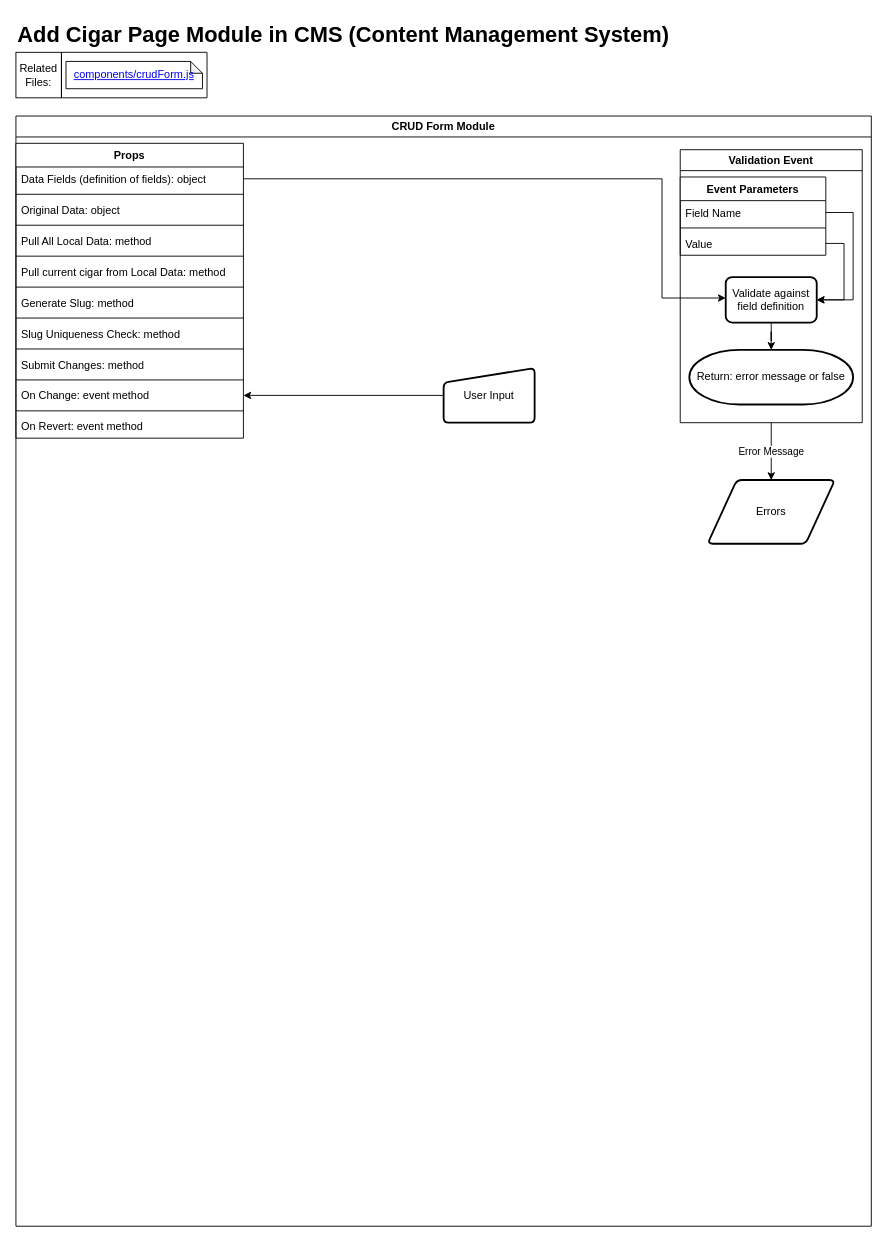
Earlier version of the draw.io diagram CRUD_Form.drawio (macglencoe/diagrams). Source tidied: cells renumbered, new cells numbered last; positions are measured from the earlier drawing's top-left corner, leaving out a move shared by most shapes. Both pictures are drawn from the tidied source at 91%, with x=0, y=0 at pixel (15, 15).
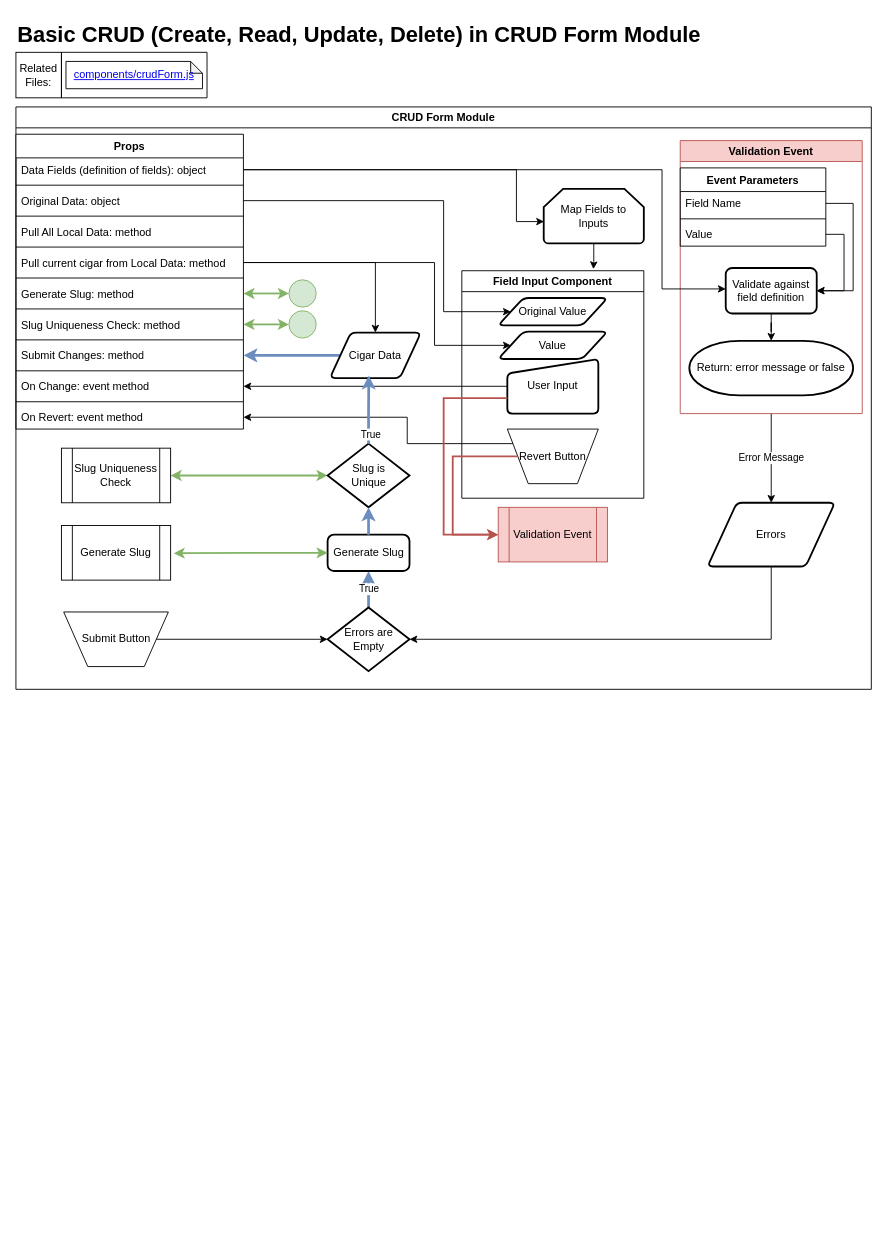
The same page after the edit.

The change refers to these unchanged cells:
```xml
<mxCell id="8" value="Data Fields (definition of fields): object" style="text;strokeColor=none;fillColor=none;align=left;verticalAlign=top;spacingLeft=4;spacingRight=4;overflow=hidden;points=[[0,0.5],[1,0.5]];portConstraint=eastwest;whiteSpace=wrap;html=1;" parent="7" vertex="1">
  <mxGeometry y="26" width="250" height="26" as="geometry" />
</mxCell>
<mxCell id="10" value="Original Data: object" style="text;strokeColor=none;fillColor=none;align=left;verticalAlign=top;spacingLeft=4;spacingRight=4;overflow=hidden;points=[[0,0.5],[1,0.5]];portConstraint=eastwest;whiteSpace=wrap;html=1;" parent="7" vertex="1">
  <mxGeometry y="60" width="250" height="26" as="geometry" />
</mxCell>
<mxCell id="14" value="Pull current cigar from Local Data: method" style="text;strokeColor=none;fillColor=none;align=left;verticalAlign=top;spacingLeft=4;spacingRight=4;overflow=hidden;points=[[0,0.5],[1,0.5]];portConstraint=eastwest;whiteSpace=wrap;html=1;" parent="7" vertex="1">
  <mxGeometry y="128" width="250" height="26" as="geometry" />
</mxCell>
<mxCell id="16" value="Generate Slug: method" style="text;strokeColor=none;fillColor=none;align=left;verticalAlign=top;spacingLeft=4;spacingRight=4;overflow=hidden;points=[[0,0.5],[1,0.5]];portConstraint=eastwest;whiteSpace=wrap;html=1;" parent="7" vertex="1">
  <mxGeometry y="162" width="250" height="26" as="geometry" />
</mxCell>
<mxCell id="18" value="Slug Uniqueness Check: method" style="text;strokeColor=none;fillColor=none;align=left;verticalAlign=top;spacingLeft=4;spacingRight=4;overflow=hidden;points=[[0,0.5],[1,0.5]];portConstraint=eastwest;whiteSpace=wrap;html=1;" parent="7" vertex="1">
  <mxGeometry y="196" width="250" height="26" as="geometry" />
</mxCell>
<mxCell id="20" value="Submit Changes: method" style="text;strokeColor=none;fillColor=none;align=left;verticalAlign=top;spacingLeft=4;spacingRight=4;overflow=hidden;points=[[0,0.5],[1,0.5]];portConstraint=eastwest;whiteSpace=wrap;html=1;" parent="7" vertex="1">
  <mxGeometry y="230" width="250" height="26" as="geometry" />
</mxCell>
<mxCell id="22" value="On Change: event method" style="text;strokeColor=none;fillColor=none;align=left;verticalAlign=top;spacingLeft=4;spacingRight=4;overflow=hidden;points=[[0,0.5],[1,0.5]];portConstraint=eastwest;whiteSpace=wrap;html=1;" parent="7" vertex="1">
  <mxGeometry y="264" width="250" height="26" as="geometry" />
</mxCell>
<mxCell id="24" value="On Revert: event method" style="text;strokeColor=none;fillColor=none;align=left;verticalAlign=top;spacingLeft=4;spacingRight=4;overflow=hidden;points=[[0,0.5],[1,0.5]];portConstraint=eastwest;whiteSpace=wrap;html=1;" parent="7" vertex="1">
  <mxGeometry y="298" width="250" height="26" as="geometry" />
</mxCell>
```

What changed in the source:
```diff
@@
-    <mxCell id="2" value="&lt;h1 style=&quot;margin-top: 0px;&quot;&gt;Add Cigar Page Module in CMS (Content Management System)&lt;/h1&gt;" style="text;html=1;whiteSpace=wrap;overflow=hidden;rounded=0;" parent="1" vertex="1">
+    <mxCell id="2" value="&lt;h1 style=&quot;margin-top: 0px;&quot;&gt;Basic CRUD (Create, Read, Update, Delete) in CRUD Form Module&lt;/h1&gt;" style="text;html=1;whiteSpace=wrap;overflow=hidden;rounded=0;" parent="1" vertex="1">
       <mxGeometry width="950" height="40" as="geometry" />
     </mxCell>
@@
     <mxCell id="6" value="CRUD Form Module" style="swimlane;whiteSpace=wrap;html=1;" parent="1" vertex="1">
-      <mxGeometry y="110" width="940" height="1220" as="geometry" />
+      <mxGeometry y="100" width="940" height="640" as="geometry" />
     </mxCell>
@@
-    <mxCell id="25" style="edgeStyle=orthogonalEdgeStyle;rounded=0;jettySize=auto;html=1;entryX=1;entryY=0.5;entryDx=0;entryDy=0;" parent="6" edge="1" source="26" target="22">
-      <mxGeometry relative="1" as="geometry" />
-    </mxCell>
-    <mxCell id="26" value="User Input" style="html=1;strokeWidth=2;shape=manualInput;whiteSpace=wrap;rounded=1;size=16;arcSize=11;" parent="6" vertex="1">
-      <mxGeometry x="470" y="277" width="100" height="60" as="geometry" />
-    </mxCell>
@@
-    <mxCell id="28" value="Validation Event" style="swimlane;whiteSpace=wrap;html=1;" parent="6" vertex="1">
+    <mxCell id="28" value="Validation Event" style="swimlane;whiteSpace=wrap;html=1;fillColor=#f8cecc;strokeColor=#b85450;" parent="6" vertex="1">
       <mxGeometry x="730" y="37" width="200" height="300" as="geometry" />
     </mxCell>
@@
     <mxCell id="38" value="Errors" style="shape=parallelogram;html=1;strokeWidth=2;perimeter=parallelogramPerimeter;whiteSpace=wrap;rounded=1;arcSize=12;size=0.23;" parent="6" vertex="1">
-      <mxGeometry x="760" y="400" width="140" height="70" as="geometry" />
+      <mxGeometry x="760" y="435" width="140" height="70" as="geometry" />
     </mxCell>
@@
+    <mxCell id="40" style="edgeStyle=orthogonalEdgeStyle;rounded=0;jettySize=auto;html=1;entryX=0.723;entryY=-0.007;entryDx=0;entryDy=0;entryPerimeter=0;" parent="6" edge="1" source="41" target="42">
+      <mxGeometry relative="1" as="geometry" />
+    </mxCell>
+    <mxCell id="41" value="Map Fields to Inputs" style="strokeWidth=2;html=1;shape=mxgraph.flowchart.loop_limit;whiteSpace=wrap;" parent="6" vertex="1">
+      <mxGeometry x="580" y="90" width="110" height="60" as="geometry" />
+    </mxCell>
+    <mxCell id="42" value="Field Input Component" style="swimlane;whiteSpace=wrap;html=1;" parent="6" vertex="1">
+      <mxGeometry x="490" y="180" width="200" height="250" as="geometry" />
+    </mxCell>
+    <mxCell id="26" value="User Input" style="html=1;strokeWidth=2;shape=manualInput;whiteSpace=wrap;rounded=1;size=16;arcSize=11;" parent="42" vertex="1">
+      <mxGeometry x="50" y="97" width="100" height="60" as="geometry" />
+    </mxCell>
+    <mxCell id="43" value="Revert Button" style="verticalLabelPosition=middle;verticalAlign=middle;html=1;shape=trapezoid;perimeter=trapezoidPerimeter;whiteSpace=wrap;size=0.23;arcSize=10;flipV=1;labelPosition=center;align=center;" parent="42" vertex="1">
+      <mxGeometry x="50" y="174" width="100" height="60" as="geometry" />
+    </mxCell>
+    <mxCell id="44" value="Value" style="shape=parallelogram;html=1;strokeWidth=2;perimeter=parallelogramPerimeter;whiteSpace=wrap;rounded=1;arcSize=12;size=0.23;" parent="42" vertex="1">
+      <mxGeometry x="40" y="67" width="120" height="30" as="geometry" />
+    </mxCell>
+    <mxCell id="45" value="Original Value" style="shape=parallelogram;html=1;strokeWidth=2;perimeter=parallelogramPerimeter;whiteSpace=wrap;rounded=1;arcSize=12;size=0.23;" parent="42" vertex="1">
+      <mxGeometry x="40" y="30" width="120" height="30" as="geometry" />
+    </mxCell>
+    <mxCell id="25" style="edgeStyle=orthogonalEdgeStyle;rounded=0;jettySize=auto;html=1;entryX=1;entryY=0.5;entryDx=0;entryDy=0;" parent="6" edge="1" source="26" target="22">
+      <mxGeometry relative="1" as="geometry" />
+    </mxCell>
+    <mxCell id="46" value="Validation Event" style="shape=process;whiteSpace=wrap;html=1;backgroundOutline=1;fillColor=#f8cecc;strokeColor=#b85450;" parent="6" vertex="1">
+      <mxGeometry x="530" y="440" width="120" height="60" as="geometry" />
+    </mxCell>
+    <mxCell id="47" style="edgeStyle=orthogonalEdgeStyle;rounded=0;jettySize=auto;html=1;entryX=0.003;entryY=0.6;entryDx=0;entryDy=0;entryPerimeter=0;" parent="6" edge="1" source="8" target="41">
+      <mxGeometry relative="1" as="geometry">
+        <Array as="points">
+          <mxPoint x="550" y="69" />
+          <mxPoint x="550" y="126" />
+        </Array>
+      </mxGeometry>
+    </mxCell>
+    <mxCell id="48" style="edgeStyle=orthogonalEdgeStyle;rounded=0;jettySize=auto;html=1;entryX=0;entryY=0.5;entryDx=0;entryDy=0;" parent="6" edge="1" source="10" target="45">
+      <mxGeometry relative="1" as="geometry">
+        <Array as="points">
+          <mxPoint x="470" y="103" />
+          <mxPoint x="470" y="225" />
+        </Array>
+      </mxGeometry>
+    </mxCell>
+    <mxCell id="49" style="edgeStyle=elbowEdgeStyle;rounded=0;jettySize=auto;html=1;entryX=0;entryY=0.5;entryDx=0;entryDy=0;startArrow=none;startFill=0;" parent="6" edge="1" source="14" target="44">
+      <mxGeometry relative="1" as="geometry">
+        <Array as="points">
+          <mxPoint x="460" y="220" />
+        </Array>
+      </mxGeometry>
+    </mxCell>
+    <mxCell id="50" style="edgeStyle=orthogonalEdgeStyle;rounded=0;jettySize=auto;html=1;entryX=1;entryY=0.5;entryDx=0;entryDy=0;" parent="6" edge="1" source="43" target="24">
+      <mxGeometry relative="1" as="geometry">
+        <Array as="points">
+          <mxPoint x="430" y="370" />
+          <mxPoint x="430" y="341" />
+        </Array>
+      </mxGeometry>
+    </mxCell>
+    <mxCell id="51" style="edgeStyle=orthogonalEdgeStyle;rounded=0;jettySize=auto;html=1;entryX=0;entryY=0.5;entryDx=0;entryDy=0;fillColor=#f8cecc;strokeColor=#b85450;strokeWidth=2;" parent="6" edge="1" source="26" target="46">
+      <mxGeometry relative="1" as="geometry">
+        <Array as="points">
+          <mxPoint x="470" y="320" />
+          <mxPoint x="470" y="470" />
+        </Array>
+      </mxGeometry>
+    </mxCell>
+    <mxCell id="52" style="edgeStyle=orthogonalEdgeStyle;rounded=0;jettySize=auto;html=1;entryX=0;entryY=0.5;entryDx=0;entryDy=0;exitX=0;exitY=0.5;exitDx=0;exitDy=0;fillColor=#f8cecc;strokeColor=#b85450;strokeWidth=2;" parent="6" edge="1" source="43" target="46">
+      <mxGeometry relative="1" as="geometry">
+        <Array as="points">
+          <mxPoint x="480" y="384" />
+          <mxPoint x="480" y="470" />
+        </Array>
+      </mxGeometry>
+    </mxCell>
+    <mxCell id="53" value="Submit Button" style="verticalLabelPosition=middle;verticalAlign=middle;html=1;shape=trapezoid;perimeter=trapezoidPerimeter;whiteSpace=wrap;size=0.23;arcSize=10;flipV=1;labelPosition=center;align=center;" parent="6" vertex="1">
+      <mxGeometry x="52.5" y="555" width="115" height="60" as="geometry" />
+    </mxCell>
+    <mxCell id="54" value="True" style="edgeStyle=orthogonalEdgeStyle;rounded=0;jettySize=auto;html=1;entryX=0.5;entryY=1;entryDx=0;entryDy=0;fillColor=#dae8fc;strokeColor=#6c8ebf;strokeWidth=3;" parent="6" edge="1" source="55" target="57">
+      <mxGeometry relative="1" as="geometry" />
+    </mxCell>
+    <mxCell id="55" value="Errors are Empty" style="strokeWidth=2;html=1;shape=mxgraph.flowchart.decision;whiteSpace=wrap;" parent="6" vertex="1">
+      <mxGeometry x="342.5" y="550" width="90" height="70" as="geometry" />
+    </mxCell>
+    <mxCell id="56" style="edgeStyle=orthogonalEdgeStyle;rounded=0;jettySize=auto;html=1;entryX=1;entryY=0.5;entryDx=0;entryDy=0;entryPerimeter=0;" parent="6" edge="1" source="38" target="55">
+      <mxGeometry relative="1" as="geometry">
+        <Array as="points">
+          <mxPoint x="830" y="585" />
+        </Array>
+      </mxGeometry>
+    </mxCell>
+    <mxCell id="57" value="Generate Slug" style="rounded=1;whiteSpace=wrap;html=1;absoluteArcSize=1;arcSize=14;strokeWidth=2;" parent="6" vertex="1">
+      <mxGeometry x="342.5" y="470" width="90" height="40" as="geometry" />
+    </mxCell>
+    <mxCell id="58" style="edgeStyle=orthogonalEdgeStyle;rounded=0;jettySize=auto;html=1;entryX=1;entryY=0.5;entryDx=0;entryDy=0;startArrow=classic;startFill=1;fillColor=#d5e8d4;strokeColor=#82b366;strokeWidth=2;" parent="6" edge="1" source="59" target="67">
+      <mxGeometry relative="1" as="geometry" />
+    </mxCell>
+    <mxCell id="59" value="Slug is&lt;div&gt;Unique&lt;/div&gt;" style="strokeWidth=2;html=1;shape=mxgraph.flowchart.decision;whiteSpace=wrap;" parent="6" vertex="1">
+      <mxGeometry x="342.5" y="370" width="90" height="70" as="geometry" />
+    </mxCell>
+    <mxCell id="60" style="edgeStyle=orthogonalEdgeStyle;rounded=0;jettySize=auto;html=1;entryX=0.5;entryY=1;entryDx=0;entryDy=0;entryPerimeter=0;strokeWidth=3;fillColor=#dae8fc;strokeColor=#6c8ebf;" parent="6" edge="1" source="57" target="59">
+      <mxGeometry relative="1" as="geometry" />
+    </mxCell>
+    <mxCell id="61" style="edgeStyle=orthogonalEdgeStyle;rounded=0;jettySize=auto;html=1;entryX=1;entryY=0.5;entryDx=0;entryDy=0;fillColor=#dae8fc;strokeColor=#6c8ebf;strokeWidth=3;" parent="6" edge="1" source="62" target="20">
+      <mxGeometry relative="1" as="geometry" />
+    </mxCell>
+    <mxCell id="62" value="Cigar Data" style="shape=parallelogram;html=1;strokeWidth=2;perimeter=parallelogramPerimeter;whiteSpace=wrap;rounded=1;arcSize=12;size=0.23;" parent="6" vertex="1">
+      <mxGeometry x="345" y="248" width="100" height="50" as="geometry" />
+    </mxCell>
+    <mxCell id="63" style="edgeStyle=orthogonalEdgeStyle;rounded=0;jettySize=auto;html=1;entryX=0.5;entryY=0;entryDx=0;entryDy=0;" parent="6" edge="1" source="14" target="62">
+      <mxGeometry relative="1" as="geometry" />
+    </mxCell>
+    <mxCell id="64" value="True" style="edgeStyle=orthogonalEdgeStyle;rounded=0;jettySize=auto;html=1;entryX=0.428;entryY=0.943;entryDx=0;entryDy=0;entryPerimeter=0;fillColor=#dae8fc;strokeColor=#6c8ebf;strokeWidth=3;" parent="6" edge="1" source="59" target="62">
+      <mxGeometry x="-0.73" y="-2" relative="1" as="geometry" />
+    </mxCell>
+    <mxCell id="65" value="Generate Slug" style="shape=process;whiteSpace=wrap;html=1;backgroundOutline=1;" parent="6" vertex="1">
+      <mxGeometry x="50" y="460" width="120" height="60" as="geometry" />
+    </mxCell>
+    <mxCell id="66" style="edgeStyle=orthogonalEdgeStyle;rounded=0;jettySize=auto;html=1;entryX=1.028;entryY=0.507;entryDx=0;entryDy=0;entryPerimeter=0;startArrow=classic;startFill=1;fillColor=#d5e8d4;strokeColor=#82b366;strokeWidth=2;" parent="6" edge="1" source="57" target="65">
+      <mxGeometry relative="1" as="geometry" />
+    </mxCell>
+    <mxCell id="67" value="Slug Uniqueness Check" style="shape=process;whiteSpace=wrap;html=1;backgroundOutline=1;" parent="6" vertex="1">
+      <mxGeometry x="50" y="375" width="120" height="60" as="geometry" />
+    </mxCell>
+    <mxCell id="68" style="verticalLabelPosition=bottom;verticalAlign=top;html=1;shape=mxgraph.flowchart.on-page_reference;fillColor=#d5e8d4;strokeColor=#82b366;" parent="6" vertex="1">
+      <mxGeometry x="300" y="190" width="30" height="30" as="geometry" />
+    </mxCell>
+    <mxCell id="69" style="verticalLabelPosition=bottom;verticalAlign=top;html=1;shape=mxgraph.flowchart.on-page_reference;fillColor=#d5e8d4;strokeColor=#82b366;" parent="6" vertex="1">
+      <mxGeometry x="300" y="224" width="30" height="30" as="geometry" />
+    </mxCell>
+    <mxCell id="70" style="edgeStyle=orthogonalEdgeStyle;rounded=0;jettySize=auto;html=1;entryX=0;entryY=0.5;entryDx=0;entryDy=0;entryPerimeter=0;startArrow=classic;startFill=1;fillColor=#d5e8d4;strokeColor=#82b366;strokeWidth=2;" parent="6" edge="1" source="16" target="68">
+      <mxGeometry relative="1" as="geometry" />
+    </mxCell>
+    <mxCell id="71" style="edgeStyle=orthogonalEdgeStyle;rounded=0;jettySize=auto;html=1;entryX=0;entryY=0.5;entryDx=0;entryDy=0;entryPerimeter=0;startArrow=classic;startFill=1;fillColor=#d5e8d4;strokeColor=#82b366;strokeWidth=2;" parent="6" edge="1" source="18" target="69">
+      <mxGeometry relative="1" as="geometry" />
+    </mxCell>
+    <mxCell id="72" style="edgeStyle=orthogonalEdgeStyle;rounded=0;jettySize=auto;html=1;entryX=0;entryY=0.5;entryDx=0;entryDy=0;entryPerimeter=0;" parent="6" edge="1" source="53" target="55">
+      <mxGeometry relative="1" as="geometry" />
+    </mxCell>
```
